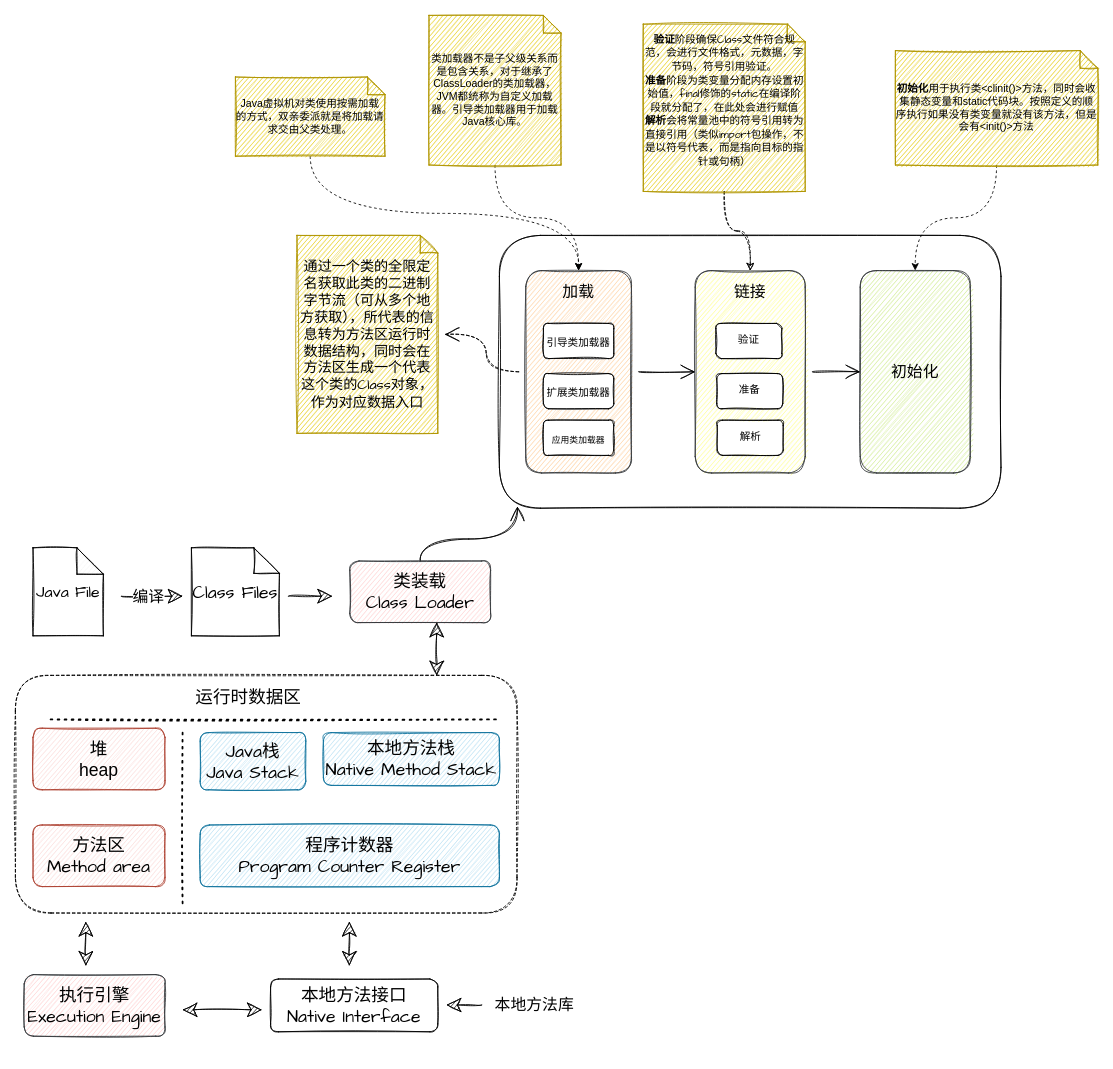
Above: study-note/JVM一览图.drawio in kchastes/blog (draw.io), before the change. Source tidied: cells renumbered, new cells numbered last; positions are measured from the earlier drawing's top-left corner, leaving out a move shared by most shapes. Both pictures are drawn from the tidied source at 88%, with x=0, y=0 at pixel (15, 15).
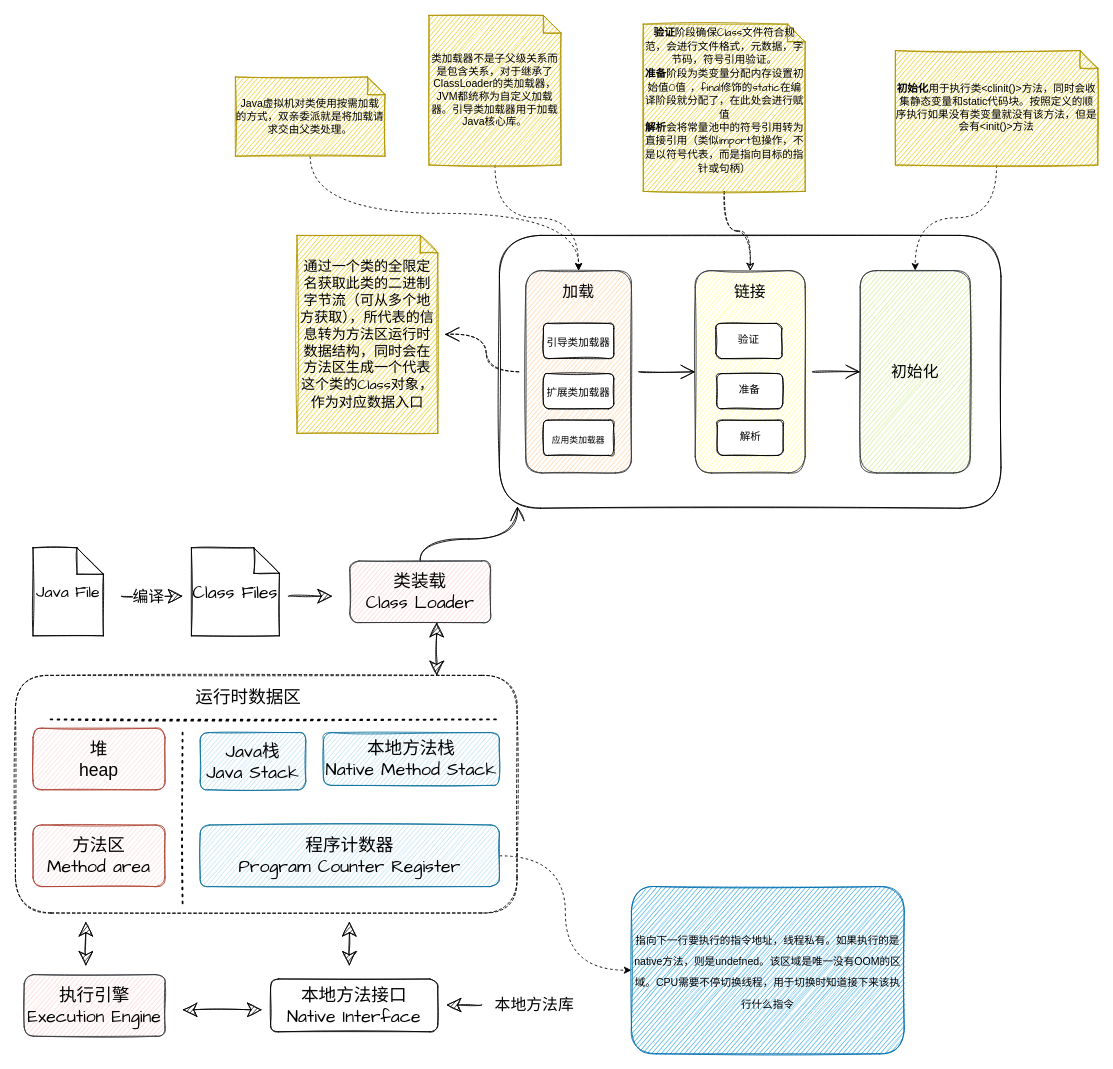
The same page after the edit.

Unchanged cells that the change refers to:
```xml
<mxCell id="7" value="程序计数器&lt;br&gt;Program Counter Register" style="rounded=1;whiteSpace=wrap;html=1;sketch=1;hachureGap=4;fontFamily=Architects Daughter;fontSize=20;fillColor=#b1ddf0;strokeColor=#10739e;" parent="1" vertex="1">
  <mxGeometry x="210" y="920" width="340" height="70" as="geometry" />
</mxCell>
```

The edit, as a diff of the source:
```diff
@@
+    <mxCell id="50" style="edgeStyle=orthogonalEdgeStyle;jettySize=auto;html=1;dashed=1;curved=1;" parent="1" edge="1" source="7" target="51">
+      <mxGeometry relative="1" as="geometry" />
+    </mxCell>
@@
-    <mxCell id="43" value="&lt;font face=&quot;Comic Sans MS&quot;&gt;&lt;b&gt;验证&lt;/b&gt;阶段确保Class文件符合规范，会进行文件格式，元数据，字节码，符号引用验证。&lt;br&gt;&lt;b&gt;准备&lt;/b&gt;阶段为类变量分配内存设置初始值，final修饰的static在编译阶段就分配了，在此处会进行赋值&lt;br&gt;&lt;b&gt;解析&lt;/b&gt;会将常量池中的符号引用转为直接引用（类似import包操作，不是以符号代表，而是指向目标的指针或句柄）&lt;br&gt;&lt;br&gt;&lt;/font&gt;" style="shape=note;size=20;whiteSpace=wrap;html=1;fillColor=#e3c800;strokeColor=#B09500;sketch=1;fontColor=#000000;" parent="1" vertex="1">
+    <mxCell id="43" value="&lt;font face=&quot;Comic Sans MS&quot;&gt;&lt;b&gt;验证&lt;/b&gt;阶段确保Class文件符合规范，会进行文件格式，元数据，字节码，符号引用验证。&lt;br&gt;&lt;b&gt;准备&lt;/b&gt;阶段为类变量分配内存设置初始值0值 ，final修饰的static在编译阶段就分配了，在此处会进行赋值&lt;br&gt;&lt;b&gt;解析&lt;/b&gt;会将常量池中的符号引用转为直接引用（类似import包操作，不是以符号代表，而是指向目标的指针或句柄）&lt;br&gt;&lt;br&gt;&lt;/font&gt;" style="shape=note;size=20;whiteSpace=wrap;html=1;fillColor=#e3c800;strokeColor=#B09500;sketch=1;fontColor=#000000;" parent="1" vertex="1">
       <mxGeometry x="713.5" y="10" width="184" height="190" as="geometry" />
     </mxCell>
@@
+    <mxCell id="51" value="&lt;span style=&quot;color: rgb(0, 0, 0); font-family: Helvetica; font-size: 12px;&quot;&gt;指向下一行要执行的指令地址，线程私有。如果执行的是native方法，则是undefned。该区域是唯一没有OOM的区域。CPU需要不停切换线程，用于切换时知道接下来该执行什么指令&lt;/span&gt;" style="whiteSpace=wrap;html=1;fontSize=20;fontFamily=Architects Daughter;fillColor=#1ba1e2;strokeColor=#006EAF;rounded=1;sketch=1;hachureGap=4;fontColor=#ffffff;" parent="1" vertex="1">
+      <mxGeometry x="700" y="990" width="310" height="190" as="geometry" />
+    </mxCell>
```
